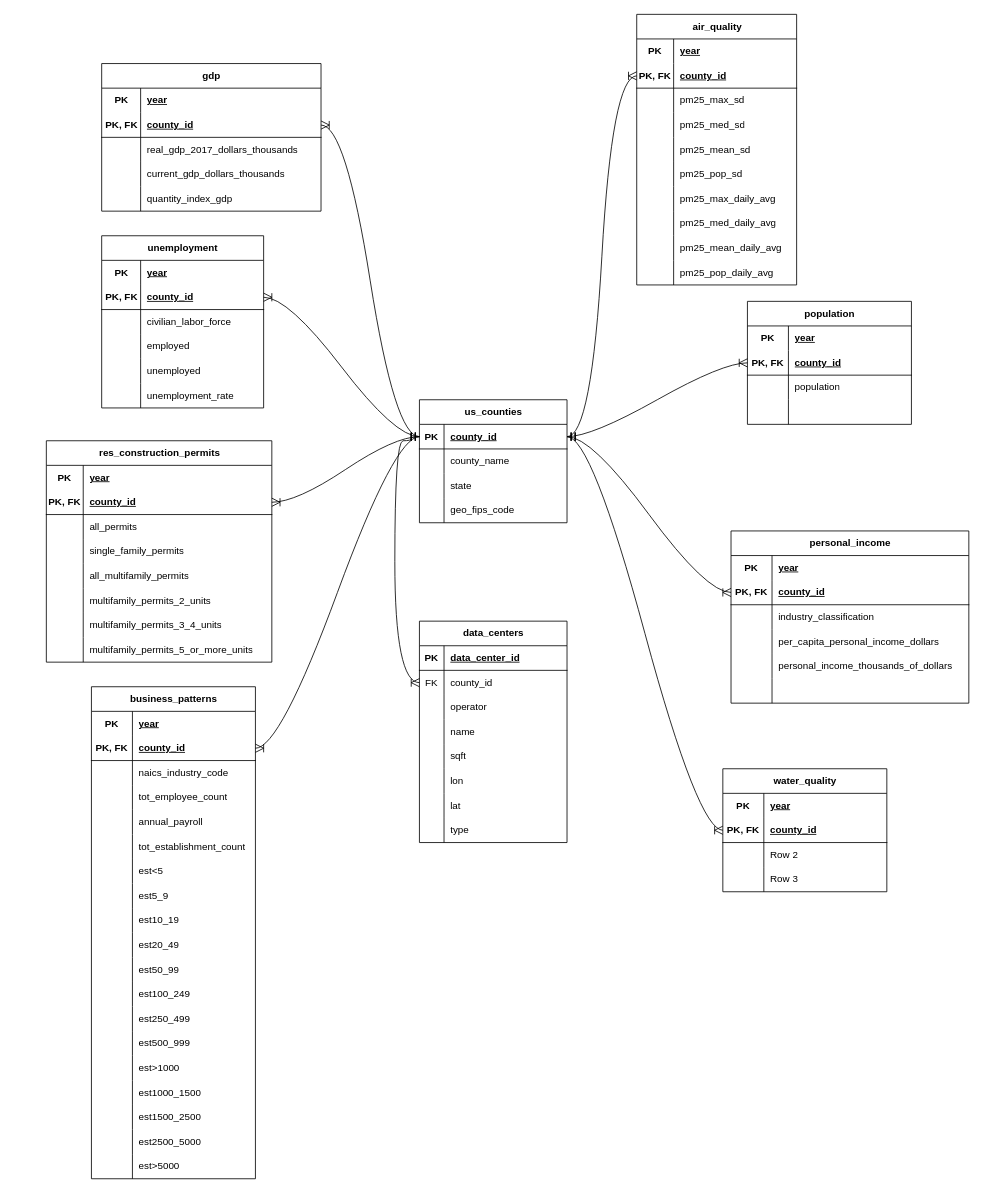
LoganRosell/local-economic-impact-of-data-centers-workbook keeps this draw.io diagram as db_documentation/capstone_db_erd.drawio. Above is the earlier version. Source tidied: cells renumbered, new cells numbered last; positions are measured from the earlier drawing's top-left corner, leaving out a move shared by most shapes. Both pictures are drawn from the tidied source at 82%, with x=0, y=0 at pixel (46, 14).
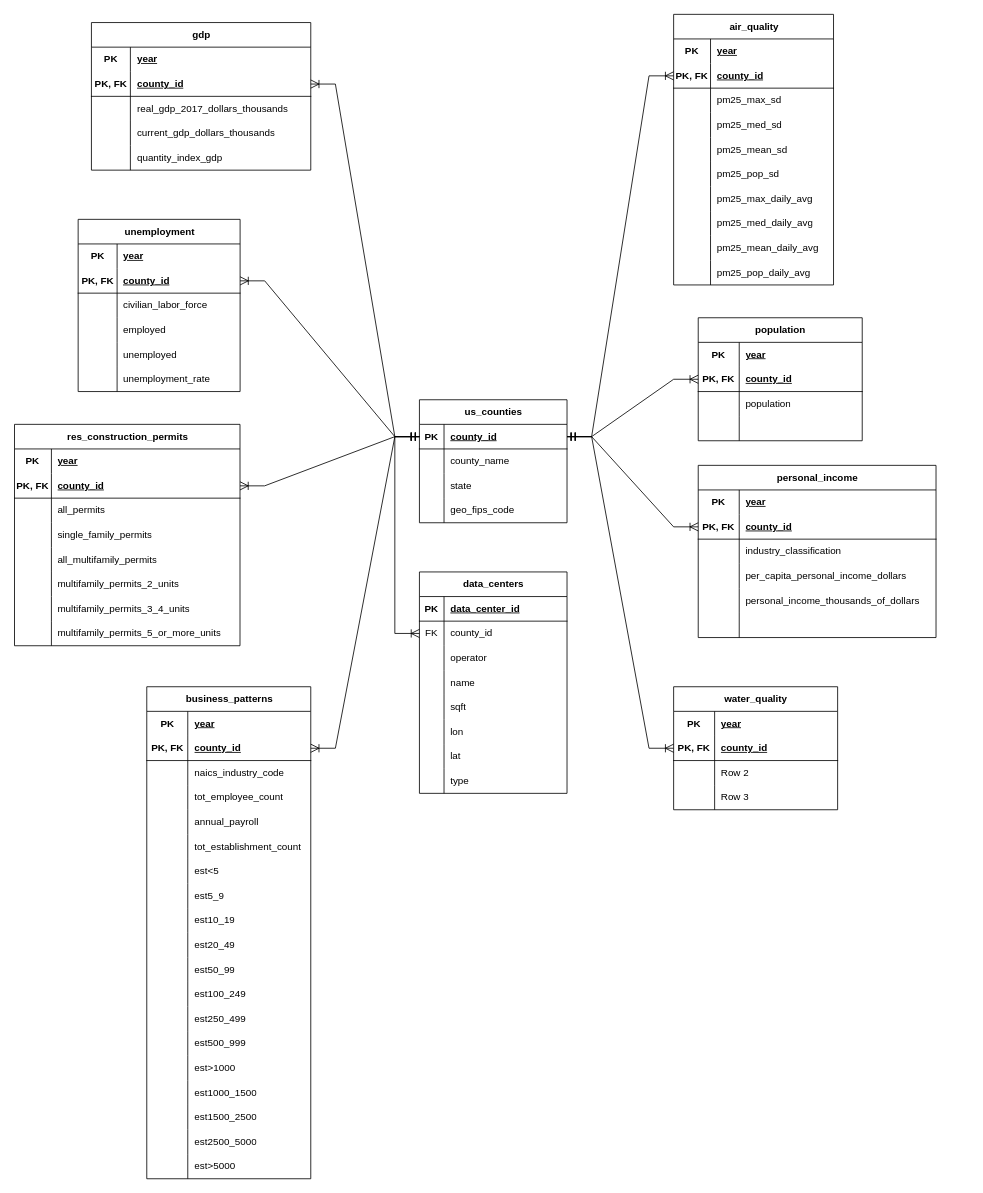
The same page after the edit.

Commit message:
chore: updated formatting of ERD to make connections clearer

Unchanged cells that the change refers to:
```xml
<mxCell id="3" style="shape=tableRow;horizontal=0;startSize=0;swimlaneHead=0;swimlaneBody=0;fillColor=none;points=[[0,0.5],[1,0.5]];portConstraint=eastwest;top=0;left=0;right=0;bottom=1;" parent="2" vertex="1">
  <mxGeometry y="30" width="180" height="30" as="geometry" />
</mxCell>
<mxCell id="19" style="shape=tableRow;horizontal=0;startSize=0;swimlaneHead=0;swimlaneBody=0;fillColor=none;points=[[0,0.5],[1,0.5]];portConstraint=eastwest;top=0;left=0;right=0;bottom=1;" parent="15" vertex="1">
  <mxGeometry y="60" width="200" height="30" as="geometry" />
</mxCell>
<mxCell id="32" style="shape=tableRow;horizontal=0;startSize=0;swimlaneHead=0;swimlaneBody=0;fillColor=none;points=[[0,0.5],[1,0.5]];portConstraint=eastwest;top=0;left=0;right=0;bottom=1;" parent="28" vertex="1">
  <mxGeometry y="60" width="290" height="30" as="geometry" />
</mxCell>
<mxCell id="51" style="shape=tableRow;horizontal=0;startSize=0;swimlaneHead=0;swimlaneBody=0;fillColor=none;points=[[0,0.5],[1,0.5]];portConstraint=eastwest;top=0;left=0;right=0;bottom=1;strokeColor=inherit;strokeWidth=1;" parent="47" vertex="1">
  <mxGeometry y="60" width="267.5" height="30" as="geometry" />
</mxCell>
<mxCell id="67" style="shape=tableRow;horizontal=0;startSize=0;swimlaneHead=0;swimlaneBody=0;fillColor=none;points=[[0,0.5],[1,0.5]];portConstraint=eastwest;top=0;left=0;right=0;bottom=1;" parent="63" vertex="1">
  <mxGeometry y="60" width="275" height="30" as="geometry" />
</mxCell>
<mxCell id="92" style="shape=tableRow;horizontal=0;startSize=0;swimlaneHead=0;swimlaneBody=0;fillColor=none;points=[[0,0.5],[1,0.5]];portConstraint=eastwest;top=0;left=0;right=0;bottom=1;" parent="88" vertex="1">
  <mxGeometry y="60" width="197.5" height="30" as="geometry" />
</mxCell>
<mxCell id="111" style="shape=tableRow;horizontal=0;startSize=0;swimlaneHead=0;swimlaneBody=0;fillColor=none;points=[[0,0.5],[1,0.5]];portConstraint=eastwest;top=0;left=0;right=0;bottom=1;" parent="107" vertex="1">
  <mxGeometry y="60" width="195" height="30" as="geometry" />
</mxCell>
<mxCell id="148" style="shape=tableRow;horizontal=0;startSize=0;swimlaneHead=0;swimlaneBody=0;fillColor=none;points=[[0,0.5],[1,0.5]];portConstraint=eastwest;top=0;left=0;right=0;bottom=1;" parent="144" vertex="1">
  <mxGeometry y="60" width="200" height="30" as="geometry" />
</mxCell>
<mxCell id="162" style="shape=tableRow;horizontal=0;startSize=0;swimlaneHead=0;swimlaneBody=0;fillColor=none;points=[[0,0.5],[1,0.5]];portConstraint=eastwest;top=0;left=0;right=0;bottom=0;" parent="158" vertex="1">
  <mxGeometry y="60" width="180" height="30" as="geometry" />
</mxCell>
<mxCell id="188" style="shape=tableRow;horizontal=0;startSize=0;swimlaneHead=0;swimlaneBody=0;fillColor=none;points=[[0,0.5],[1,0.5]];portConstraint=eastwest;top=0;left=0;right=0;bottom=1;" parent="184" vertex="1">
  <mxGeometry y="60" width="200" height="30" as="geometry" />
</mxCell>
```

Diff of the diagram source:
```diff
@@
     <mxCell id="15" value="population" style="shape=table;startSize=30;childLayout=tableLayout;rowLines=0;fontStyle=1;align=center;html=1;" parent="1" vertex="1">
-      <mxGeometry x="855" y="350" width="200" height="150" as="geometry" />
+      <mxGeometry x="795" y="370" width="200" height="150" as="geometry" />
     </mxCell>
@@
     <mxCell id="28" value="personal_income" style="shape=table;startSize=30;childLayout=tableLayout;rowLines=0;fontStyle=1;align=center;html=1;" parent="1" vertex="1">
-      <mxGeometry x="835" y="630" width="290" height="210" as="geometry" />
+      <mxGeometry x="795" y="550" width="290" height="210" as="geometry" />
     </mxCell>
@@
     <mxCell id="47" value="gdp" style="shape=table;startSize=30;childLayout=tableLayout;rowLines=0;fontStyle=1;align=center;html=1;" parent="1" vertex="1">
-      <mxGeometry x="67.5" y="60" width="267.5" height="180" as="geometry" />
+      <mxGeometry x="55" y="10" width="267.5" height="180" as="geometry" />
     </mxCell>
@@
     <mxCell id="63" value="res_construction_permits" style="shape=table;startSize=30;childLayout=tableLayout;rowLines=0;fontStyle=1;align=center;html=1;" parent="1" vertex="1">
-      <mxGeometry y="520" width="275" height="270" as="geometry" />
+      <mxGeometry x="-38.8" y="500" width="275" height="270" as="geometry" />
     </mxCell>
@@
     <mxCell id="88" value="unemployment" style="shape=table;startSize=30;childLayout=tableLayout;rowLines=0;fontStyle=1;align=center;html=1;" parent="1" vertex="1">
-      <mxGeometry x="67.5" y="270" width="197.5" height="210" as="geometry" />
+      <mxGeometry x="38.8" y="250" width="197.5" height="210" as="geometry" />
     </mxCell>
@@
     <mxCell id="107" value="air_quality" style="shape=table;startSize=30;childLayout=tableLayout;rowLines=0;fontStyle=1;align=center;html=1;" parent="1" vertex="1">
-      <mxGeometry x="720" width="195" height="330" as="geometry" />
+      <mxGeometry x="765" width="195" height="330" as="geometry" />
     </mxCell>
@@
-    <mxCell id="138" style="edgeStyle=entityRelationEdgeStyle;fontSize=12;html=1;endArrow=ERoneToMany;startArrow=ERmandOne;rounded=0;startSize=8;endSize=8;curved=1;exitX=1;exitY=0.5;exitDx=0;exitDy=0;entryX=0;entryY=0.5;entryDx=0;entryDy=0;" parent="1" edge="1" source="3" target="111">
+    <mxCell id="138" style="fontSize=12;html=1;endArrow=ERoneToMany;startArrow=ERmandOne;rounded=0;startSize=8;endSize=8;exitX=1;exitY=0.5;exitDx=0;exitDy=0;entryX=0;entryY=0.5;entryDx=0;entryDy=0;elbow=vertical;edgeStyle=entityRelationEdgeStyle;" parent="1" edge="1" source="3" target="111">
       <mxGeometry relative="1" as="geometry" />
     </mxCell>
-    <mxCell id="139" style="edgeStyle=entityRelationEdgeStyle;fontSize=12;html=1;endArrow=ERoneToMany;startArrow=ERmandOne;rounded=0;startSize=8;endSize=8;curved=1;exitX=1;exitY=0.5;exitDx=0;exitDy=0;entryX=0;entryY=0.5;entryDx=0;entryDy=0;" parent="1" edge="1" source="3" target="19">
+    <mxCell id="139" style="edgeStyle=entityRelationEdgeStyle;fontSize=12;html=1;endArrow=ERoneToMany;startArrow=ERmandOne;rounded=0;startSize=8;endSize=8;curved=0;exitX=1;exitY=0.5;exitDx=0;exitDy=0;entryX=0;entryY=0.5;entryDx=0;entryDy=0;" parent="1" edge="1" source="3" target="19">
       <mxGeometry relative="1" as="geometry" />
     </mxCell>
-    <mxCell id="140" style="edgeStyle=entityRelationEdgeStyle;fontSize=12;html=1;endArrow=ERoneToMany;startArrow=ERmandOne;rounded=0;startSize=8;endSize=8;curved=1;exitX=1;exitY=0.5;exitDx=0;exitDy=0;entryX=0;entryY=0.5;entryDx=0;entryDy=0;" parent="1" edge="1" source="3" target="32">
+    <mxCell id="140" style="edgeStyle=entityRelationEdgeStyle;fontSize=12;html=1;endArrow=ERoneToMany;startArrow=ERmandOne;rounded=0;startSize=8;endSize=8;curved=0;exitX=1;exitY=0.5;exitDx=0;exitDy=0;entryX=0;entryY=0.5;entryDx=0;entryDy=0;" parent="1" edge="1" source="3" target="32">
       <mxGeometry relative="1" as="geometry" />
     </mxCell>
-    <mxCell id="141" style="edgeStyle=entityRelationEdgeStyle;fontSize=12;html=1;endArrow=ERoneToMany;startArrow=ERmandOne;rounded=0;startSize=8;endSize=8;curved=1;exitX=0;exitY=0.5;exitDx=0;exitDy=0;entryX=1;entryY=0.5;entryDx=0;entryDy=0;" parent="1" edge="1" source="3" target="51">
+    <mxCell id="141" style="edgeStyle=entityRelationEdgeStyle;fontSize=12;html=1;endArrow=ERoneToMany;startArrow=ERmandOne;rounded=0;startSize=8;endSize=8;curved=0;exitX=0;exitY=0.5;exitDx=0;exitDy=0;entryX=1;entryY=0.5;entryDx=0;entryDy=0;" parent="1" edge="1" source="3" target="51">
       <mxGeometry relative="1" as="geometry" />
     </mxCell>
-    <mxCell id="142" style="edgeStyle=entityRelationEdgeStyle;fontSize=12;html=1;endArrow=ERoneToMany;startArrow=ERmandOne;rounded=0;startSize=8;endSize=8;curved=1;exitX=0;exitY=0.5;exitDx=0;exitDy=0;entryX=1;entryY=0.5;entryDx=0;entryDy=0;" parent="1" edge="1" source="3" target="92">
+    <mxCell id="142" style="edgeStyle=entityRelationEdgeStyle;fontSize=12;html=1;endArrow=ERoneToMany;startArrow=ERmandOne;rounded=0;startSize=8;endSize=8;curved=0;exitX=0;exitY=0.5;exitDx=0;exitDy=0;entryX=1;entryY=0.5;entryDx=0;entryDy=0;" parent="1" edge="1" source="3" target="92">
       <mxGeometry relative="1" as="geometry" />
     </mxCell>
-    <mxCell id="143" style="edgeStyle=entityRelationEdgeStyle;fontSize=12;html=1;endArrow=ERoneToMany;startArrow=ERmandOne;rounded=0;startSize=8;endSize=8;curved=1;entryX=1;entryY=0.5;entryDx=0;entryDy=0;exitX=0;exitY=0.5;exitDx=0;exitDy=0;" parent="1" edge="1" source="3" target="67">
+    <mxCell id="143" style="edgeStyle=entityRelationEdgeStyle;fontSize=12;html=1;endArrow=ERoneToMany;startArrow=ERmandOne;rounded=0;startSize=8;endSize=8;curved=0;entryX=1;entryY=0.5;entryDx=0;entryDy=0;exitX=0;exitY=0.5;exitDx=0;exitDy=0;" parent="1" edge="1" source="3" target="67">
       <mxGeometry relative="1" as="geometry" />
     </mxCell>
     <mxCell id="144" value="water_quality" style="shape=table;startSize=30;childLayout=tableLayout;rowLines=0;fontStyle=1;align=center;html=1;" parent="1" vertex="1">
-      <mxGeometry x="825" y="920" width="200" height="150" as="geometry" />
+      <mxGeometry x="765" y="820" width="200" height="150" as="geometry" />
     </mxCell>
@@
-    <mxCell id="157" style="edgeStyle=entityRelationEdgeStyle;fontSize=12;html=1;endArrow=ERoneToMany;startArrow=ERmandOne;rounded=0;startSize=8;endSize=8;curved=1;exitX=1;exitY=0.5;exitDx=0;exitDy=0;entryX=0;entryY=0.5;entryDx=0;entryDy=0;" parent="1" edge="1" source="3" target="148">
+    <mxCell id="157" style="edgeStyle=entityRelationEdgeStyle;fontSize=12;html=1;endArrow=ERoneToMany;startArrow=ERmandOne;rounded=0;startSize=8;endSize=8;curved=0;exitX=1;exitY=0.5;exitDx=0;exitDy=0;entryX=0;entryY=0.5;entryDx=0;entryDy=0;" parent="1" edge="1" source="3" target="148">
       <mxGeometry relative="1" as="geometry" />
     </mxCell>
     <mxCell id="158" value="data_centers" style="shape=table;startSize=30;childLayout=tableLayout;rowLines=0;fontStyle=1;align=center;html=1;" parent="1" vertex="1">
-      <mxGeometry x="455" y="740" width="180" height="270" as="geometry" />
+      <mxGeometry x="455" y="680" width="180" height="270" as="geometry" />
     </mxCell>
@@
-    <mxCell id="183" style="edgeStyle=orthogonalEdgeStyle;fontSize=12;html=1;endArrow=ERoneToMany;startArrow=ERmandOne;rounded=0;startSize=8;endSize=8;exitX=0;exitY=0.5;exitDx=0;exitDy=0;entryX=0;entryY=0.5;entryDx=0;entryDy=0;curved=1;" parent="1" edge="1" source="3" target="162">
+    <mxCell id="183" style="edgeStyle=orthogonalEdgeStyle;fontSize=12;html=1;endArrow=ERoneToMany;startArrow=ERmandOne;rounded=0;startSize=8;endSize=8;exitX=0;exitY=0.5;exitDx=0;exitDy=0;entryX=0;entryY=0.5;entryDx=0;entryDy=0;curved=0;" parent="1" edge="1" source="3" target="162">
       <mxGeometry relative="1" as="geometry">
         <Array as="points">
-          <mxPoint x="445" y="515" />
-          <mxPoint x="445" y="520" />
-          <mxPoint x="425" y="520" />
-          <mxPoint x="425" y="815" />
+          <mxPoint x="425" y="515" />
+          <mxPoint x="425" y="755" />
         </Array>
       </mxGeometry>
     </mxCell>
     <mxCell id="184" value="business_patterns" style="shape=table;startSize=30;childLayout=tableLayout;rowLines=0;fontStyle=1;align=center;html=1;" parent="1" vertex="1">
-      <mxGeometry x="55" y="820" width="200" height="600" as="geometry" />
+      <mxGeometry x="122.5" y="820" width="200" height="600" as="geometry" />
     </mxCell>
@@
-    <mxCell id="242" style="edgeStyle=entityRelationEdgeStyle;fontSize=12;html=1;endArrow=ERoneToMany;startArrow=ERmandOne;rounded=0;startSize=8;endSize=8;curved=1;exitX=0;exitY=0.5;exitDx=0;exitDy=0;entryX=1;entryY=0.5;entryDx=0;entryDy=0;" parent="1" edge="1" source="3" target="188">
+    <mxCell id="242" style="edgeStyle=entityRelationEdgeStyle;fontSize=12;html=1;endArrow=ERoneToMany;startArrow=ERmandOne;rounded=0;startSize=8;endSize=8;curved=0;exitX=0;exitY=0.5;exitDx=0;exitDy=0;entryX=1;entryY=0.5;entryDx=0;entryDy=0;" parent="1" edge="1" source="3" target="188">
       <mxGeometry relative="1" as="geometry" />
     </mxCell>
```
